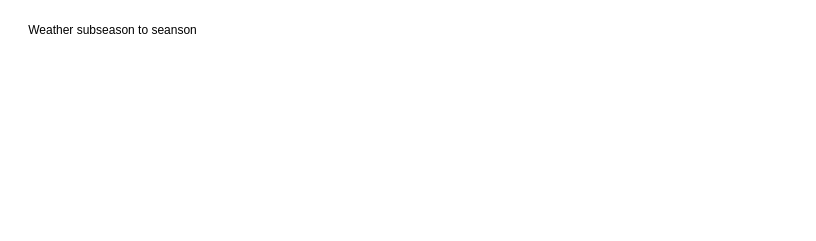
huangqiusheng/Draw keeps this draw.io diagram as 未命名绘图.drawio. Above is the earlier version. Source tidied: cells renumbered, new cells numbered last; positions are measured from the earlier drawing's top-left corner, leaving out a move shared by most shapes. Both pictures are drawn from the tidied source at 100%, with x=0, y=0 at pixel (17, 17).
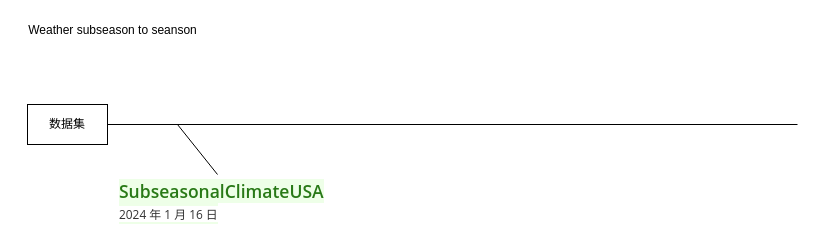
The same page after the edit.

Commit message (it also covers changes not shown here):
更新未命名绘图.drawio

The edit, as a diff of the source:
```diff
@@
 <mxGraphModel>
   <root>
     <mxCell id="0" />
     <mxCell id="1" parent="0" />
     <mxCell id="2" value="Weather subseason to seanson&lt;div&gt;&lt;br&gt;&lt;/div&gt;" style="text;html=1;align=center;verticalAlign=middle;strokeColor=none;fillColor=none;" parent="1" vertex="1">
       <mxGeometry width="190" height="40" as="geometry" />
     </mxCell>
+    <mxCell id="3" value="数据集" style="whiteSpace=wrap;html=1;" parent="1" vertex="1">
+      <mxGeometry x="10" y="87" width="80" height="40" as="geometry" />
+    </mxCell>
+    <mxCell id="4" style="endArrow=none;html=1;rounded=0;exitX=1;exitY=0.5;exitDx=0;exitDy=0;" parent="1" edge="1" source="3">
+      <mxGeometry relative="1" as="geometry">
+        <mxPoint x="780" y="107" as="targetPoint" />
+      </mxGeometry>
+    </mxCell>
+    <mxCell id="5" style="endArrow=none;html=1;rounded=0;" parent="1" edge="1">
+      <mxGeometry relative="1" as="geometry">
+        <mxPoint x="200" y="157" as="sourcePoint" />
+        <mxPoint x="160" y="107" as="targetPoint" />
+      </mxGeometry>
+    </mxCell>
+    <mxCell id="6" value="&lt;span style=&quot;color: rgb(40, 121, 22); font-family: &amp;quot;Open Sans&amp;quot;, &amp;quot;Lucida Grande&amp;quot;, &amp;quot;Helvetica Neue&amp;quot;, Helvetica, Arial, sans-serif; font-size: 17.5px; font-style: normal; font-variant-ligatures: normal; font-variant-caps: normal; font-weight: 600; letter-spacing: normal; orphans: 2; text-align: left; text-indent: 0px; text-transform: none; widows: 2; word-spacing: 0px; -webkit-text-stroke-width: 0px; white-space: normal; background-color: rgb(238, 255, 232); text-decoration-thickness: initial; text-decoration-style: initial; text-decoration-color: initial; display: inline !important; float: none;&quot;&gt;SubseasonalClimateUSA&lt;/span&gt;&lt;div&gt;&lt;span style=&quot;color: rgb(40, 121, 22); font-family: &amp;quot;Open Sans&amp;quot;, &amp;quot;Lucida Grande&amp;quot;, &amp;quot;Helvetica Neue&amp;quot;, Helvetica, Arial, sans-serif; font-size: 17.5px; font-style: normal; font-variant-ligatures: normal; font-variant-caps: normal; font-weight: 600; letter-spacing: normal; orphans: 2; text-align: left; text-indent: 0px; text-transform: none; widows: 2; word-spacing: 0px; -webkit-text-stroke-width: 0px; white-space: normal; background-color: rgb(238, 255, 232); text-decoration-thickness: initial; text-decoration-style: initial; text-decoration-color: initial; display: inline !important; float: none;&quot;&gt;&lt;span style=&quot;color: rgb(51, 51, 51); font-size: 11.9px; font-weight: 400; background-color: rgb(255, 255, 255);&quot;&gt;2024 年 1 月 16 日&lt;/span&gt;&lt;br&gt;&lt;/span&gt;&lt;/div&gt;" style="text;whiteSpace=wrap;html=1;" parent="1" vertex="1">
+      <mxGeometry x="100" y="157" width="240" height="50" as="geometry" />
+    </mxCell>
   </root>
 </mxGraphModel>
```
